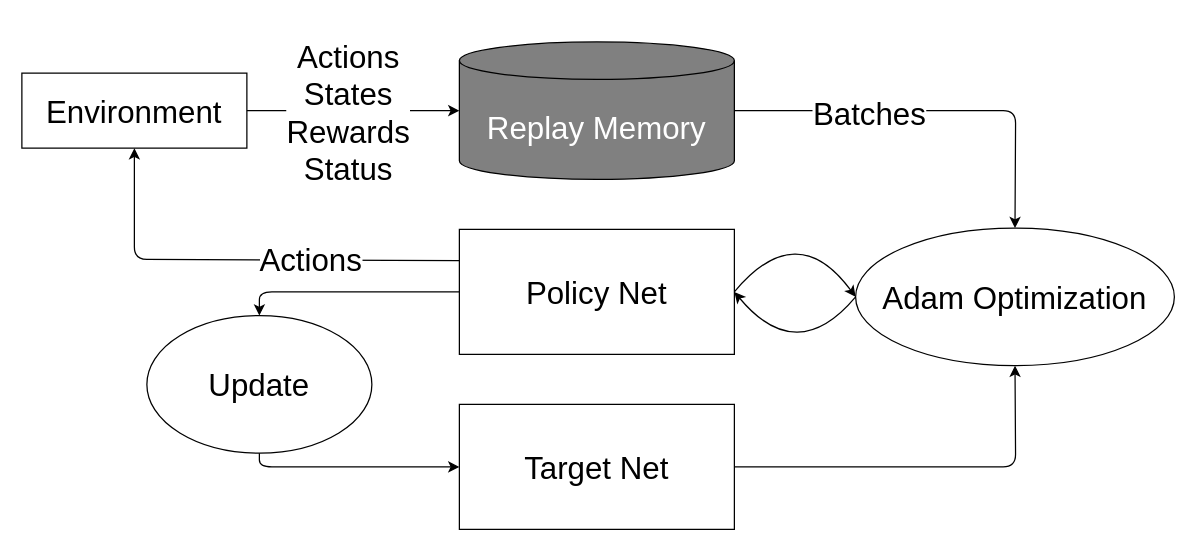
xujiahuayz/auto-gov keeps this draw.io diagram as page "training" (3 of 4) of assets/arc.drawio. Above is the earlier version. Source tidied: cells renumbered, new cells numbered last; positions are measured from the earlier drawing's top-left corner, leaving out a move shared by most shapes. Both pictures are drawn from the tidied source at 125%, with x=0, y=0 at pixel (21, 41).
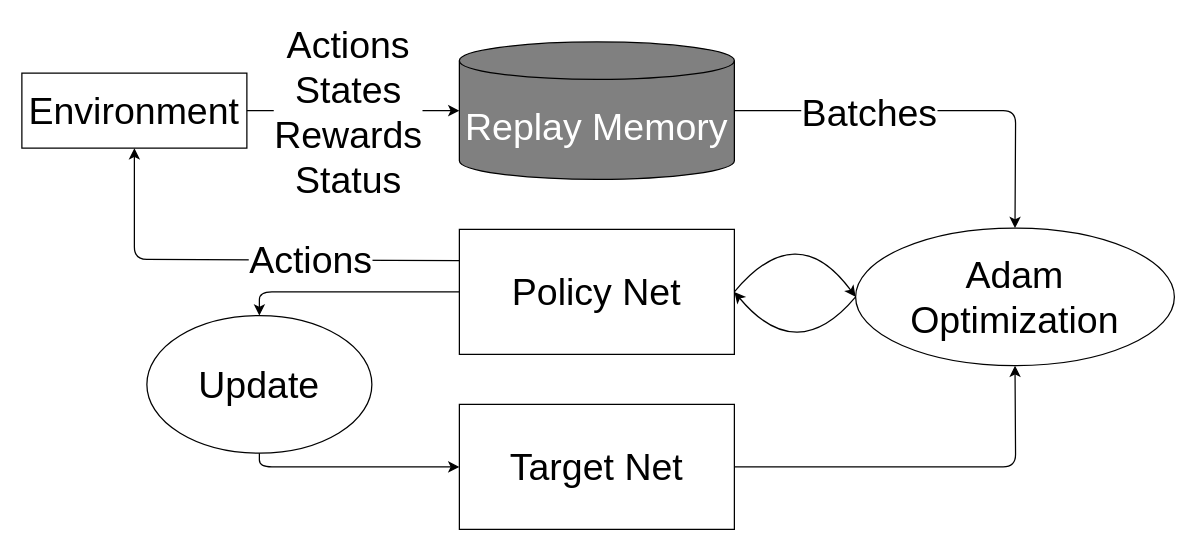
The same diagram, later.

The edit, as a diff of the source:
```diff
@@
-    <mxCell id="2" value="&lt;font style=&quot;font-size: 25px;&quot; color=&quot;#ffffff&quot;&gt;Replay Memory&lt;/font&gt;" style="shape=cylinder3;whiteSpace=wrap;html=1;boundedLbl=1;backgroundOutline=1;size=15;labelBackgroundColor=none;strokeColor=#000000;strokeWidth=1;fontSize=28;fillColor=#808080;" parent="1" vertex="1">
+    <mxCell id="2" value="&lt;font style=&quot;font-size: 30px;&quot; color=&quot;#ffffff&quot;&gt;Replay Memory&lt;/font&gt;" style="shape=cylinder3;whiteSpace=wrap;html=1;boundedLbl=1;backgroundOutline=1;size=15;labelBackgroundColor=none;strokeColor=#000000;strokeWidth=1;fontSize=30;fillColor=#808080;" parent="1" vertex="1">
       <mxGeometry x="350" width="220" height="110" as="geometry" />
     </mxCell>
-    <mxCell id="3" value="&lt;font color=&quot;#000000&quot;&gt;Policy Net&lt;/font&gt;" style="rounded=0;whiteSpace=wrap;html=1;labelBackgroundColor=none;strokeColor=#000000;strokeWidth=1;fontSize=25;fontColor=#FFFFFF;fillColor=#FFFFFF;" parent="1" vertex="1">
+    <mxCell id="3" value="&lt;font color=&quot;#000000&quot; style=&quot;font-size: 30px;&quot;&gt;Policy Net&lt;/font&gt;" style="rounded=0;whiteSpace=wrap;html=1;labelBackgroundColor=none;strokeColor=#000000;strokeWidth=1;fontSize=30;fontColor=#FFFFFF;fillColor=#FFFFFF;" parent="1" vertex="1">
       <mxGeometry x="350" y="150" width="220" height="100" as="geometry" />
     </mxCell>
-    <mxCell id="4" value="&lt;font color=&quot;#000000&quot;&gt;Target Net&lt;/font&gt;" style="rounded=0;whiteSpace=wrap;html=1;labelBackgroundColor=none;strokeColor=#000000;strokeWidth=1;fontSize=25;fontColor=#FFFFFF;fillColor=#FFFFFF;" parent="1" vertex="1">
+    <mxCell id="4" value="&lt;font color=&quot;#000000&quot; style=&quot;font-size: 30px;&quot;&gt;Target Net&lt;/font&gt;" style="rounded=0;whiteSpace=wrap;html=1;labelBackgroundColor=none;strokeColor=#000000;strokeWidth=1;fontSize=30;fontColor=#FFFFFF;fillColor=#FFFFFF;" parent="1" vertex="1">
       <mxGeometry x="350" y="290" width="220" height="100" as="geometry" />
     </mxCell>
-    <mxCell id="5" value="Adam Optimization" style="ellipse;whiteSpace=wrap;html=1;labelBackgroundColor=none;strokeColor=#000000;strokeWidth=1;fontSize=25;fontColor=#000000;fillColor=#FFFFFF;" parent="1" vertex="1">
+    <mxCell id="5" value="Adam Optimization" style="ellipse;whiteSpace=wrap;html=1;labelBackgroundColor=none;strokeColor=#000000;strokeWidth=1;fontSize=30;fontColor=#000000;fillColor=#FFFFFF;" parent="1" vertex="1">
       <mxGeometry x="667" y="149" width="255" height="110" as="geometry" />
     </mxCell>
-    <mxCell id="6" value="Update" style="ellipse;whiteSpace=wrap;html=1;labelBackgroundColor=none;strokeColor=#000000;strokeWidth=1;fontSize=25;fontColor=#000000;fillColor=#FFFFFF;" parent="1" vertex="1">
+    <mxCell id="6" value="Update" style="ellipse;whiteSpace=wrap;html=1;labelBackgroundColor=none;strokeColor=#000000;strokeWidth=1;fontSize=30;fontColor=#000000;fillColor=#FFFFFF;" parent="1" vertex="1">
       <mxGeometry x="100" y="219" width="180" height="110" as="geometry" />
     </mxCell>
-    <mxCell id="7" style="endArrow=classic;html=1;rounded=1;strokeColor=#000000;strokeWidth=1;fontSize=25;fontColor=#000000;entryX=0.5;entryY=0;entryDx=0;entryDy=0;exitX=1;exitY=0.5;exitDx=0;exitDy=0;exitPerimeter=0;" parent="1" edge="1" source="2" target="5">
+    <mxCell id="7" style="endArrow=classic;html=1;rounded=1;strokeColor=#000000;strokeWidth=1;fontSize=30;fontColor=#000000;entryX=0.5;entryY=0;entryDx=0;entryDy=0;exitX=1;exitY=0.5;exitDx=0;exitDy=0;exitPerimeter=0;" parent="1" edge="1" source="2" target="5">
       <mxGeometry relative="1" as="geometry">
         <Array as="points">
           <mxPoint x="795" y="55" />
         </Array>
       </mxGeometry>
     </mxCell>
-    <mxCell id="8" value="Batches" style="edgeLabel;html=1;align=center;verticalAlign=middle;fontSize=25;fontColor=#000000;" parent="7" vertex="1">
+    <mxCell id="8" value="Batches" style="edgeLabel;html=1;align=center;verticalAlign=middle;fontSize=30;fontColor=#000000;" parent="7" vertex="1">
       <mxGeometry x="-0.32" y="-1" relative="1" as="geometry">
         <mxPoint x="-1" as="offset" />
       </mxGeometry>
     </mxCell>
-    <mxCell id="9" style="endArrow=classic;html=1;rounded=1;strokeColor=#000000;strokeWidth=1;fontSize=25;fontColor=#000000;exitX=1;exitY=0.5;exitDx=0;exitDy=0;entryX=0.5;entryY=1;entryDx=0;entryDy=0;" parent="1" edge="1" source="4" target="5">
+    <mxCell id="9" style="endArrow=classic;html=1;rounded=1;strokeColor=#000000;strokeWidth=1;fontSize=30;fontColor=#000000;exitX=1;exitY=0.5;exitDx=0;exitDy=0;entryX=0.5;entryY=1;entryDx=0;entryDy=0;" parent="1" edge="1" source="4" target="5">
       <mxGeometry relative="1" as="geometry">
         <Array as="points">
           <mxPoint x="795" y="340" />
         </Array>
       </mxGeometry>
     </mxCell>
-    <mxCell id="10" style="endArrow=classic;html=1;rounded=1;strokeColor=#000000;strokeWidth=1;fontSize=25;fontColor=#000000;exitX=0;exitY=0.5;exitDx=0;exitDy=0;entryX=0.5;entryY=0;entryDx=0;entryDy=0;" parent="1" edge="1" source="3" target="6">
+    <mxCell id="10" style="endArrow=classic;html=1;rounded=1;strokeColor=#000000;strokeWidth=1;fontSize=30;fontColor=#000000;exitX=0;exitY=0.5;exitDx=0;exitDy=0;entryX=0.5;entryY=0;entryDx=0;entryDy=0;" parent="1" edge="1" source="3" target="6">
       <mxGeometry relative="1" as="geometry">
         <Array as="points">
           <mxPoint x="190" y="200" />
         </Array>
       </mxGeometry>
     </mxCell>
-    <mxCell id="11" style="endArrow=classic;html=1;rounded=1;strokeColor=#000000;strokeWidth=1;fontSize=25;fontColor=#000000;exitX=0.5;exitY=1;exitDx=0;exitDy=0;entryX=0;entryY=0.5;entryDx=0;entryDy=0;" parent="1" edge="1" source="6" target="4">
+    <mxCell id="11" style="endArrow=classic;html=1;rounded=1;strokeColor=#000000;strokeWidth=1;fontSize=30;fontColor=#000000;exitX=0.5;exitY=1;exitDx=0;exitDy=0;entryX=0;entryY=0.5;entryDx=0;entryDy=0;" parent="1" edge="1" source="6" target="4">
       <mxGeometry relative="1" as="geometry">
         <Array as="points">
           <mxPoint x="190" y="340" />
         </Array>
       </mxGeometry>
     </mxCell>
-    <mxCell id="12" style="curved=1;endArrow=classic;html=1;rounded=1;strokeColor=#000000;strokeWidth=1;fontSize=25;fontColor=#000000;exitX=1;exitY=0.5;exitDx=0;exitDy=0;entryX=0;entryY=0.5;entryDx=0;entryDy=0;" parent="1" edge="1" source="3" target="5">
+    <mxCell id="12" style="curved=1;endArrow=classic;html=1;rounded=1;strokeColor=#000000;strokeWidth=1;fontSize=30;fontColor=#000000;exitX=1;exitY=0.5;exitDx=0;exitDy=0;entryX=0;entryY=0.5;entryDx=0;entryDy=0;" parent="1" edge="1" source="3" target="5">
       <mxGeometry relative="1" as="geometry">
         <Array as="points">
           <mxPoint x="620" y="140" />
         </Array>
       </mxGeometry>
     </mxCell>
-    <mxCell id="13" style="curved=1;endArrow=classic;html=1;rounded=1;strokeColor=#000000;strokeWidth=1;fontSize=25;fontColor=#000000;exitX=0;exitY=0.5;exitDx=0;exitDy=0;" parent="1" edge="1" source="5">
+    <mxCell id="13" style="curved=1;endArrow=classic;html=1;rounded=1;strokeColor=#000000;strokeWidth=1;fontSize=30;fontColor=#000000;exitX=0;exitY=0.5;exitDx=0;exitDy=0;" parent="1" edge="1" source="5">
       <mxGeometry relative="1" as="geometry">
         <mxPoint x="570" y="200" as="targetPoint" />
         <Array as="points">
           <mxPoint x="620" y="260" />
         </Array>
       </mxGeometry>
     </mxCell>
-    <mxCell id="14" value="Environment" style="rounded=0;whiteSpace=wrap;html=1;labelBackgroundColor=none;strokeColor=#000000;strokeWidth=1;fontSize=25;fontColor=#000000;fillColor=#FFFFFF;" parent="1" vertex="1">
+    <mxCell id="14" value="Environment" style="rounded=0;whiteSpace=wrap;html=1;labelBackgroundColor=none;strokeColor=#000000;strokeWidth=1;fontSize=30;fontColor=#000000;fillColor=#FFFFFF;" parent="1" vertex="1">
       <mxGeometry y="25" width="180" height="60" as="geometry" />
     </mxCell>
-    <mxCell id="15" style="endArrow=classic;html=1;rounded=1;strokeColor=#000000;strokeWidth=1;fontSize=25;fontColor=#000000;exitX=0;exitY=0.25;exitDx=0;exitDy=0;entryX=0.5;entryY=1;entryDx=0;entryDy=0;" parent="1" edge="1" source="3" target="14">
+    <mxCell id="15" style="endArrow=classic;html=1;rounded=1;strokeColor=#000000;strokeWidth=1;fontSize=30;fontColor=#000000;exitX=0;exitY=0.25;exitDx=0;exitDy=0;entryX=0.5;entryY=1;entryDx=0;entryDy=0;" parent="1" edge="1" source="3" target="14">
       <mxGeometry relative="1" as="geometry">
         <Array as="points">
           <mxPoint x="90" y="174" />
         </Array>
       </mxGeometry>
     </mxCell>
-    <mxCell id="16" value="Actions" style="edgeLabel;html=1;align=center;verticalAlign=middle;fontSize=25;fontColor=#000000;" parent="15" vertex="1">
+    <mxCell id="16" value="Actions" style="edgeLabel;html=1;align=center;verticalAlign=middle;fontSize=30;fontColor=#000000;" parent="15" vertex="1">
       <mxGeometry x="-0.31" y="-1" relative="1" as="geometry" />
     </mxCell>
-    <mxCell id="17" style="endArrow=classic;html=1;rounded=1;strokeColor=#000000;strokeWidth=1;fontSize=25;fontColor=#000000;exitX=1;exitY=0.5;exitDx=0;exitDy=0;entryX=0;entryY=0.5;entryDx=0;entryDy=0;entryPerimeter=0;" parent="1" edge="1" source="14" target="2">
+    <mxCell id="17" style="endArrow=classic;html=1;rounded=1;strokeColor=#000000;strokeWidth=1;fontSize=30;fontColor=#000000;exitX=1;exitY=0.5;exitDx=0;exitDy=0;entryX=0;entryY=0.5;entryDx=0;entryDy=0;entryPerimeter=0;" parent="1" edge="1" source="14" target="2">
       <mxGeometry relative="1" as="geometry" />
     </mxCell>
-    <mxCell id="18" value="Actions&lt;br&gt;States&lt;br&gt;Rewards&lt;br&gt;Status" style="edgeLabel;html=1;align=center;verticalAlign=middle;fontSize=25;fontColor=#000000;" parent="17" vertex="1">
+    <mxCell id="18" value="Actions&lt;br style=&quot;font-size: 30px;&quot;&gt;States&lt;br style=&quot;font-size: 30px;&quot;&gt;Rewards&lt;br style=&quot;font-size: 30px;&quot;&gt;Status" style="edgeLabel;html=1;align=center;verticalAlign=middle;fontSize=30;fontColor=#000000;" parent="17" vertex="1">
       <mxGeometry x="-0.17" y="-2" relative="1" as="geometry">
         <mxPoint x="9" y="-2" as="offset" />
       </mxGeometry>
     </mxCell>
```
